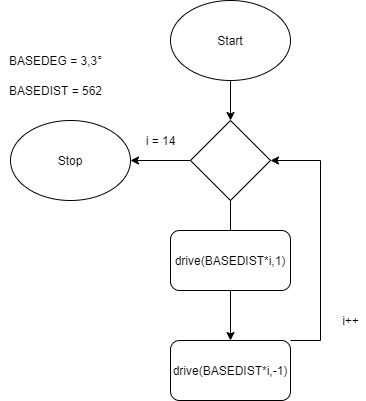
The draw.io diagram verkefni1/verkefni1c.png in Davygod/ROBO2RG05AU-1, before a commit. Source tidied: cells renumbered, new cells last; positions are measured from the earlier drawing's top-left corner, leaving out a move shared by most shapes. Source of this version:
```xml
<mxGraphModel>
  <root>
    <mxCell id="0" />
    <mxCell id="1" parent="0" />
    <mxCell id="2" style="edgeStyle=orthogonalEdgeStyle;rounded=0;jettySize=auto;html=1;" parent="1" edge="1" source="3" target="6">
      <mxGeometry relative="1" as="geometry" />
    </mxCell>
    <mxCell id="3" value="Start" style="ellipse;whiteSpace=wrap;html=1;" parent="1" vertex="1">
      <mxGeometry x="170" width="120" height="80" as="geometry" />
    </mxCell>
    <mxCell id="4" style="edgeStyle=orthogonalEdgeStyle;rounded=0;jettySize=auto;html=1;" parent="1" edge="1" source="6" target="12">
      <mxGeometry relative="1" as="geometry" />
    </mxCell>
    <mxCell id="5" style="edgeStyle=orthogonalEdgeStyle;rounded=0;jettySize=auto;html=1;" parent="1" edge="1" source="6" target="9">
      <mxGeometry relative="1" as="geometry" />
    </mxCell>
    <mxCell id="6" style="rhombus;whiteSpace=wrap;html=1;" parent="1" vertex="1">
      <mxGeometry x="190" y="120" width="80" height="80" as="geometry" />
    </mxCell>
    <mxCell id="7" value="drive(BASEDIST*i,1)" style="rounded=1;whiteSpace=wrap;html=1;" parent="1" vertex="1">
      <mxGeometry x="170" y="230" width="120" height="60" as="geometry" />
    </mxCell>
    <mxCell id="8" style="edgeStyle=orthogonalEdgeStyle;rounded=0;jettySize=auto;html=1;entryX=1;entryY=0.5;entryDx=0;entryDy=0;" parent="1" edge="1" source="9" target="6">
      <mxGeometry relative="1" as="geometry">
        <Array as="points">
          <mxPoint x="320" y="340" />
          <mxPoint x="320" y="160" />
        </Array>
      </mxGeometry>
    </mxCell>
    <mxCell id="9" value="drive(BASEDIST*i,-1)" style="rounded=1;whiteSpace=wrap;html=1;" parent="1" vertex="1">
      <mxGeometry x="170" y="340" width="120" height="60" as="geometry" />
    </mxCell>
    <mxCell id="10" value="BASEDIST = 562" style="text;html=1;align=center;verticalAlign=middle;strokeColor=none;" parent="1" vertex="1">
      <mxGeometry y="80" width="110" height="20" as="geometry" />
    </mxCell>
    <mxCell id="11" value="i = 14" style="text;html=1;align=center;verticalAlign=middle;strokeColor=none;" parent="1" vertex="1">
      <mxGeometry x="135" y="130" width="50" height="20" as="geometry" />
    </mxCell>
    <mxCell id="12" value="Stop" style="ellipse;whiteSpace=wrap;html=1;" parent="1" vertex="1">
      <mxGeometry x="10" y="120" width="120" height="80" as="geometry" />
    </mxCell>
    <mxCell id="13" value="i++" style="text;html=1;align=center;verticalAlign=middle;strokeColor=none;" parent="1" vertex="1">
      <mxGeometry x="335" y="310" width="30" height="20" as="geometry" />
    </mxCell>
    <mxCell id="14" value="BASEDEG = 3,3°" style="text;html=1;align=center;verticalAlign=middle;strokeColor=none;" parent="1" vertex="1">
      <mxGeometry y="50" width="110" height="20" as="geometry" />
    </mxCell>
  </root>
</mxGraphModel>
```
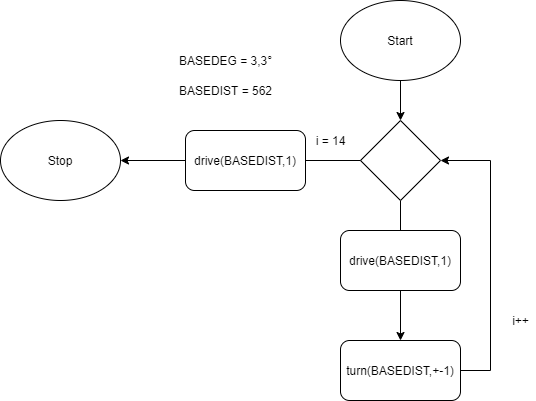
The same file after the commit.

Change to the diagram source:
```diff
@@ -8,7 +8,7 @@
     <mxCell id="3" value="Start" style="ellipse;whiteSpace=wrap;html=1;" parent="1" vertex="1">
       <mxGeometry x="170" width="120" height="80" as="geometry" />
     </mxCell>
-    <mxCell id="4" style="edgeStyle=orthogonalEdgeStyle;rounded=0;jettySize=auto;html=1;" parent="1" edge="1" source="6" target="12">
+    <mxCell id="4" style="edgeStyle=orthogonalEdgeStyle;rounded=0;jettySize=auto;html=1;startArrow=none;" parent="1" edge="1" source="15" target="12">
       <mxGeometry relative="1" as="geometry" />
     </mxCell>
     <mxCell id="5" style="edgeStyle=orthogonalEdgeStyle;rounded=0;jettySize=auto;html=1;" parent="1" edge="1" source="6" target="9">
@@ -17,18 +17,18 @@
     <mxCell id="6" style="rhombus;whiteSpace=wrap;html=1;" parent="1" vertex="1">
       <mxGeometry x="190" y="120" width="80" height="80" as="geometry" />
     </mxCell>
-    <mxCell id="7" value="drive(BASEDIST*i,1)" style="rounded=1;whiteSpace=wrap;html=1;" parent="1" vertex="1">
+    <mxCell id="7" value="drive(BASEDIST,1)" style="rounded=1;whiteSpace=wrap;html=1;" parent="1" vertex="1">
       <mxGeometry x="170" y="230" width="120" height="60" as="geometry" />
     </mxCell>
-    <mxCell id="8" style="edgeStyle=orthogonalEdgeStyle;rounded=0;jettySize=auto;html=1;entryX=1;entryY=0.5;entryDx=0;entryDy=0;" parent="1" edge="1" source="9" target="6">
+    <mxCell id="8" style="edgeStyle=orthogonalEdgeStyle;rounded=0;jettySize=auto;html=1;entryX=1;entryY=0.5;entryDx=0;entryDy=0;exitX=1;exitY=0.5;exitDx=0;exitDy=0;" parent="1" edge="1" source="9" target="6">
       <mxGeometry relative="1" as="geometry">
         <Array as="points">
-          <mxPoint x="320" y="340" />
+          <mxPoint x="320" y="370" />
           <mxPoint x="320" y="160" />
         </Array>
       </mxGeometry>
     </mxCell>
-    <mxCell id="9" value="drive(BASEDIST*i,-1)" style="rounded=1;whiteSpace=wrap;html=1;" parent="1" vertex="1">
+    <mxCell id="9" value="turn(BASEDIST,+-1)" style="rounded=1;whiteSpace=wrap;html=1;" parent="1" vertex="1">
       <mxGeometry x="170" y="340" width="120" height="60" as="geometry" />
     </mxCell>
     <mxCell id="10" value="BASEDIST = 562" style="text;html=1;align=center;verticalAlign=middle;strokeColor=none;" parent="1" vertex="1">
@@ -38,7 +38,7 @@
       <mxGeometry x="135" y="130" width="50" height="20" as="geometry" />
     </mxCell>
     <mxCell id="12" value="Stop" style="ellipse;whiteSpace=wrap;html=1;" parent="1" vertex="1">
-      <mxGeometry x="10" y="120" width="120" height="80" as="geometry" />
+      <mxGeometry x="-170" y="120" width="120" height="80" as="geometry" />
     </mxCell>
     <mxCell id="13" value="i++" style="text;html=1;align=center;verticalAlign=middle;strokeColor=none;" parent="1" vertex="1">
       <mxGeometry x="335" y="310" width="30" height="20" as="geometry" />
@@ -46,5 +46,11 @@
     <mxCell id="14" value="BASEDEG = 3,3°" style="text;html=1;align=center;verticalAlign=middle;strokeColor=none;" parent="1" vertex="1">
       <mxGeometry y="50" width="110" height="20" as="geometry" />
     </mxCell>
+    <mxCell id="15" value="&lt;span&gt;drive(BASEDIST,1)&lt;/span&gt;" style="rounded=1;whiteSpace=wrap;html=1;" parent="1" vertex="1">
+      <mxGeometry x="15" y="130" width="120" height="60" as="geometry" />
+    </mxCell>
+    <mxCell id="16" style="edgeStyle=orthogonalEdgeStyle;rounded=0;jettySize=auto;html=1;endArrow=none;" parent="1" edge="1" source="6" target="15">
+      <mxGeometry relative="1" as="geometry" />
+    </mxCell>
   </root>
 </mxGraphModel>
```
